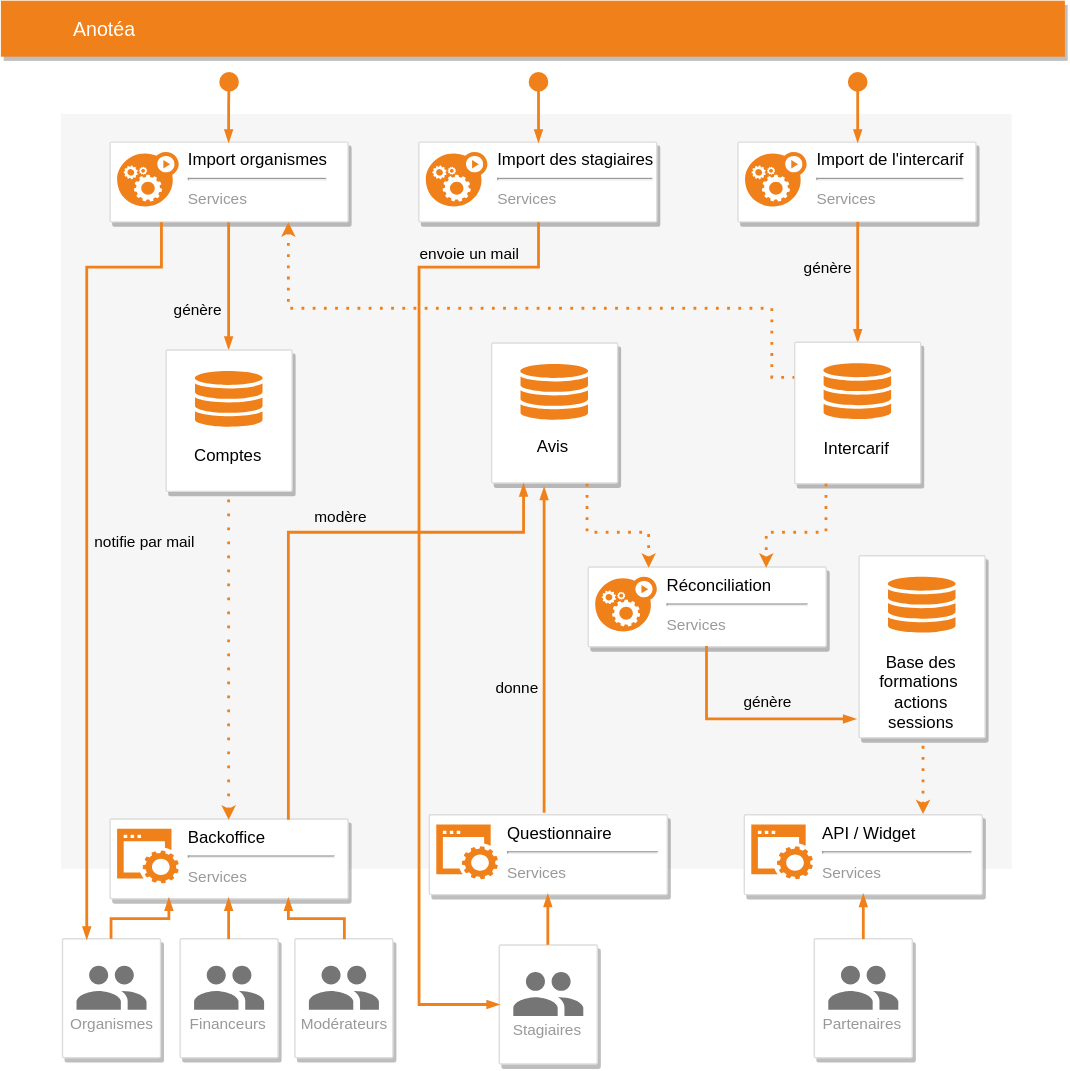
This is misc/doc/diagram/anotea-diagram.svg from StartupsPoleEmploi/anotea, a draw.io export, as it was before one commit. Source tidied: cells renumbered, new cells last; positions are measured from the earlier drawing's top-left corner, leaving out a move shared by most shapes.
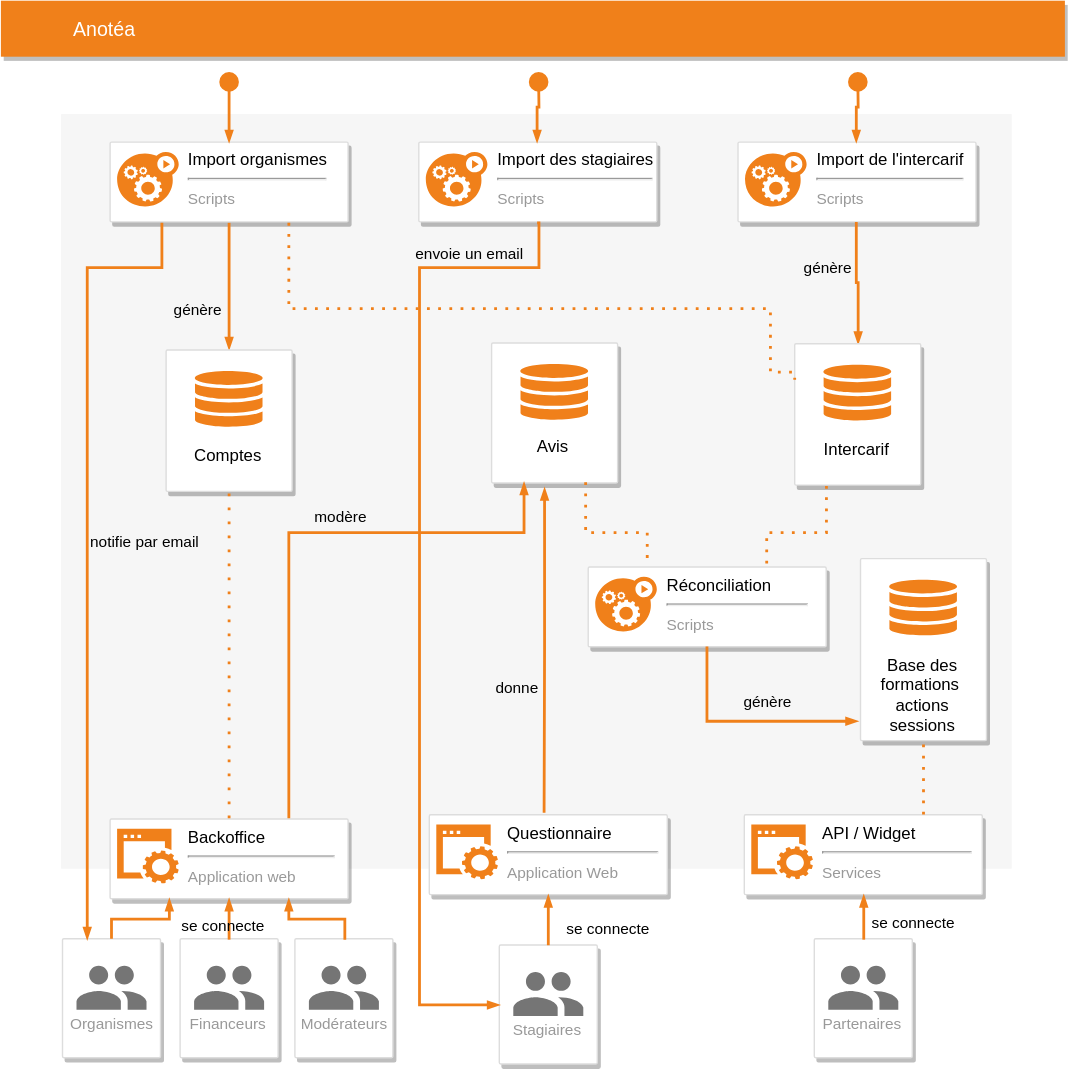
Later version of the same file.

The edit, as a diff of the source:
```diff
@@ -11,7 +11,7 @@
     <mxCell id="4" style="strokeColor=#dddddd;fillColor=#ffffff;shadow=1;strokeWidth=1;rounded=1;absoluteArcSize=1;arcSize=2;fontSize=11;fontColor=#9E9E9E;align=center;html=1;" parent="1" vertex="1">
       <mxGeometry x="526.5" y="101" width="170" height="57" as="geometry" />
     </mxCell>
-    <mxCell id="5" value="&lt;font color=&quot;#000000&quot;&gt;Import de l'intercarif&lt;/font&gt;&lt;br&gt;&lt;hr&gt;&lt;font style=&quot;font-size: 11px&quot;&gt;Services&lt;/font&gt;" style="dashed=0;html=1;fillColor=#F0801A;strokeColor=none;shape=mxgraph.gcp2.gear_load;labelPosition=right;verticalLabelPosition=middle;align=left;verticalAlign=top;spacingLeft=5;fontColor=#999999;fontSize=12;spacingTop=-8;" parent="4" vertex="1">
+    <mxCell id="5" value="&lt;font color=&quot;#000000&quot;&gt;Import de l'intercarif&lt;/font&gt;&lt;br&gt;&lt;hr&gt;&lt;font style=&quot;font-size: 11px&quot;&gt;Scripts&lt;/font&gt;" style="dashed=0;html=1;fillColor=#F0801A;strokeColor=none;shape=mxgraph.gcp2.gear_load;labelPosition=right;verticalLabelPosition=middle;align=left;verticalAlign=top;spacingLeft=5;fontColor=#999999;fontSize=12;spacingTop=-8;" parent="4" vertex="1">
       <mxGeometry width="44" height="39" relative="1" as="geometry">
         <mxPoint x="5" y="7" as="offset" />
       </mxGeometry>
@@ -19,7 +19,7 @@
     <mxCell id="6" style="strokeColor=#dddddd;fillColor=#ffffff;shadow=1;strokeWidth=1;rounded=1;absoluteArcSize=1;arcSize=2;fontSize=11;fontColor=#9E9E9E;align=center;html=1;" parent="1" vertex="1">
       <mxGeometry x="78" y="101" width="170" height="57" as="geometry" />
     </mxCell>
-    <mxCell id="7" value="&lt;font color=&quot;#000000&quot;&gt;Import organismes&lt;/font&gt;&lt;br&gt;&lt;hr&gt;&lt;font style=&quot;font-size: 11px&quot;&gt;Services&lt;/font&gt;" style="dashed=0;html=1;fillColor=#F0801A;strokeColor=none;shape=mxgraph.gcp2.gear_load;labelPosition=right;verticalLabelPosition=middle;align=left;verticalAlign=top;spacingLeft=5;fontColor=#999999;fontSize=12;spacingTop=-8;" parent="6" vertex="1">
+    <mxCell id="7" value="&lt;font color=&quot;#000000&quot;&gt;Import organismes&lt;/font&gt;&lt;br&gt;&lt;hr&gt;&lt;font style=&quot;font-size: 11px&quot;&gt;Scripts&lt;/font&gt;" style="dashed=0;html=1;fillColor=#F0801A;strokeColor=none;shape=mxgraph.gcp2.gear_load;labelPosition=right;verticalLabelPosition=middle;align=left;verticalAlign=top;spacingLeft=5;fontColor=#999999;fontSize=12;spacingTop=-8;" parent="6" vertex="1">
       <mxGeometry width="44" height="39" relative="1" as="geometry">
         <mxPoint x="5" y="7" as="offset" />
       </mxGeometry>
@@ -33,7 +33,7 @@
     <mxCell id="10" style="strokeColor=#dddddd;fillColor=#ffffff;shadow=1;strokeWidth=1;rounded=1;absoluteArcSize=1;arcSize=2;fontSize=11;fontColor=#9E9E9E;align=center;html=1;" parent="1" vertex="1">
       <mxGeometry x="298.5" y="101" width="170" height="57" as="geometry" />
     </mxCell>
-    <mxCell id="11" value="&lt;font color=&quot;#000000&quot;&gt;Import des stagiaires&lt;/font&gt;&lt;br&gt;&lt;hr&gt;&lt;font style=&quot;font-size: 11px&quot;&gt;Services&lt;/font&gt;" style="dashed=0;html=1;fillColor=#F0801A;strokeColor=none;shape=mxgraph.gcp2.gear_load;labelPosition=right;verticalLabelPosition=middle;align=left;verticalAlign=top;spacingLeft=5;fontColor=#999999;fontSize=12;spacingTop=-8;" parent="10" vertex="1">
+    <mxCell id="11" value="&lt;font color=&quot;#000000&quot;&gt;Import des stagiaires&lt;/font&gt;&lt;br&gt;&lt;hr&gt;&lt;font style=&quot;font-size: 11px&quot;&gt;Scripts&lt;/font&gt;" style="dashed=0;html=1;fillColor=#F0801A;strokeColor=none;shape=mxgraph.gcp2.gear_load;labelPosition=right;verticalLabelPosition=middle;align=left;verticalAlign=top;spacingLeft=5;fontColor=#999999;fontSize=12;spacingTop=-8;" parent="10" vertex="1">
       <mxGeometry width="44" height="39" relative="1" as="geometry">
         <mxPoint x="5" y="7" as="offset" />
       </mxGeometry>
@@ -41,7 +41,7 @@
     <mxCell id="12" style="strokeColor=#dddddd;fillColor=#ffffff;shadow=1;strokeWidth=1;rounded=1;absoluteArcSize=1;arcSize=2;fontSize=11;fontColor=#9E9E9E;align=center;html=1;" parent="1" vertex="1">
       <mxGeometry x="419.5" y="404.5" width="170" height="57" as="geometry" />
     </mxCell>
-    <mxCell id="13" value="&lt;font color=&quot;#000000&quot;&gt;Réconciliation&amp;nbsp; &amp;nbsp; &amp;nbsp; &amp;nbsp;&amp;nbsp;&lt;/font&gt;&lt;br&gt;&lt;hr&gt;&lt;font style=&quot;font-size: 11px&quot;&gt;Services&lt;/font&gt;" style="dashed=0;html=1;fillColor=#F0801A;strokeColor=none;shape=mxgraph.gcp2.gear_load;labelPosition=right;verticalLabelPosition=middle;align=left;verticalAlign=top;spacingLeft=5;fontColor=#999999;fontSize=12;spacingTop=-8;" parent="12" vertex="1">
+    <mxCell id="13" value="&lt;font color=&quot;#000000&quot;&gt;Réconciliation&amp;nbsp; &amp;nbsp; &amp;nbsp; &amp;nbsp;&amp;nbsp;&lt;/font&gt;&lt;br&gt;&lt;hr&gt;&lt;font style=&quot;font-size: 11px&quot;&gt;Scripts&lt;/font&gt;" style="dashed=0;html=1;fillColor=#F0801A;strokeColor=none;shape=mxgraph.gcp2.gear_load;labelPosition=right;verticalLabelPosition=middle;align=left;verticalAlign=top;spacingLeft=5;fontColor=#999999;fontSize=12;spacingTop=-8;" parent="12" vertex="1">
       <mxGeometry width="44" height="39" relative="1" as="geometry">
         <mxPoint x="5" y="7" as="offset" />
       </mxGeometry>
@@ -49,7 +49,7 @@
     <mxCell id="14" style="strokeColor=#dddddd;fillColor=#ffffff;shadow=1;strokeWidth=1;rounded=1;absoluteArcSize=1;arcSize=2;fontSize=11;fontColor=#9E9E9E;align=center;html=1;" parent="1" vertex="1">
       <mxGeometry x="306" y="581.5" width="170" height="57" as="geometry" />
     </mxCell>
-    <mxCell id="15" value="&lt;font color=&quot;#000000&quot;&gt;Questionnaire&amp;nbsp; &amp;nbsp; &amp;nbsp; &amp;nbsp; &amp;nbsp;&amp;nbsp;&lt;/font&gt;&lt;br&gt;&lt;hr&gt;&lt;font style=&quot;font-size: 11px&quot;&gt;Services&lt;/font&gt;" style="dashed=0;html=1;fillColor=#F0801A;strokeColor=none;shape=mxgraph.gcp2.website;labelPosition=right;verticalLabelPosition=middle;align=left;verticalAlign=top;spacingLeft=5;fontColor=#999999;fontSize=12;spacingTop=-8;" parent="14" vertex="1">
+    <mxCell id="15" value="&lt;font color=&quot;#000000&quot;&gt;Questionnaire&amp;nbsp; &amp;nbsp; &amp;nbsp; &amp;nbsp; &amp;nbsp;&amp;nbsp;&lt;/font&gt;&lt;br&gt;&lt;hr&gt;&lt;font style=&quot;font-size: 11px&quot;&gt;Application Web&lt;/font&gt;" style="dashed=0;html=1;fillColor=#F0801A;strokeColor=none;shape=mxgraph.gcp2.website;labelPosition=right;verticalLabelPosition=middle;align=left;verticalAlign=top;spacingLeft=5;fontColor=#999999;fontSize=12;spacingTop=-8;" parent="14" vertex="1">
       <mxGeometry width="44" height="39" relative="1" as="geometry">
         <mxPoint x="5" y="7" as="offset" />
       </mxGeometry>
@@ -71,7 +71,7 @@
       </mxGeometry>
     </mxCell>
     <mxCell id="20" value="Intercarif&#10;" style="strokeColor=#dddddd;fillColor=#ffffff;shadow=1;strokeWidth=1;rounded=1;absoluteArcSize=1;arcSize=2;labelPosition=center;verticalLabelPosition=middle;align=center;verticalAlign=bottom;spacingLeft=0;fontColor=#000000;fontSize=12;whiteSpace=wrap;spacingBottom=2;" parent="1" vertex="1">
-      <mxGeometry x="567" y="244" width="90" height="101" as="geometry" />
+      <mxGeometry x="567" y="245" width="90" height="101" as="geometry" />
     </mxCell>
     <mxCell id="21" style="dashed=0;html=1;fillColor=#F0801A;strokeColor=none;shape=mxgraph.gcp2.cloud_monitoring;" parent="20" vertex="1">
       <mxGeometry x="0.5" width="50" height="40" relative="1" as="geometry">
@@ -97,13 +97,13 @@
     <mxCell id="26" style="strokeColor=#dddddd;fillColor=#ffffff;shadow=1;strokeWidth=1;rounded=1;absoluteArcSize=1;arcSize=2;fontSize=11;fontColor=#9E9E9E;align=center;html=1;" parent="1" vertex="1">
       <mxGeometry x="78" y="584.5" width="170" height="57" as="geometry" />
     </mxCell>
-    <mxCell id="27" value="&lt;font color=&quot;#000000&quot;&gt;Backoffice&amp;nbsp; &amp;nbsp; &amp;nbsp; &amp;nbsp; &amp;nbsp; &amp;nbsp; &amp;nbsp; &amp;nbsp;&lt;/font&gt;&lt;br&gt;&lt;hr&gt;&lt;font style=&quot;font-size: 11px&quot;&gt;Services&lt;/font&gt;" style="dashed=0;html=1;fillColor=#F0801A;strokeColor=none;shape=mxgraph.gcp2.website;labelPosition=right;verticalLabelPosition=middle;align=left;verticalAlign=top;spacingLeft=5;fontColor=#999999;fontSize=12;spacingTop=-8;" parent="26" vertex="1">
+    <mxCell id="27" value="&lt;font color=&quot;#000000&quot;&gt;Backoffice&amp;nbsp; &amp;nbsp; &amp;nbsp; &amp;nbsp; &amp;nbsp; &amp;nbsp; &amp;nbsp; &amp;nbsp;&lt;/font&gt;&lt;br&gt;&lt;hr&gt;&lt;span style=&quot;font-size: 11px&quot;&gt;Application web&lt;/span&gt;" style="dashed=0;html=1;fillColor=#F0801A;strokeColor=none;shape=mxgraph.gcp2.website;labelPosition=right;verticalLabelPosition=middle;align=left;verticalAlign=top;spacingLeft=5;fontColor=#999999;fontSize=12;spacingTop=-8;" parent="26" vertex="1">
       <mxGeometry width="44" height="39" relative="1" as="geometry">
         <mxPoint x="5" y="7" as="offset" />
       </mxGeometry>
     </mxCell>
     <mxCell id="28" value="Base des formations  actions sessions" style="strokeColor=#dddddd;fillColor=#ffffff;shadow=1;strokeWidth=1;rounded=1;absoluteArcSize=1;arcSize=2;labelPosition=center;verticalLabelPosition=middle;align=center;verticalAlign=bottom;spacingLeft=0;fontColor=#000000;fontSize=12;whiteSpace=wrap;spacingBottom=2;" parent="1" vertex="1">
-      <mxGeometry x="613" y="396.5" width="90" height="130" as="geometry" />
+      <mxGeometry x="614" y="398.5" width="90" height="130" as="geometry" />
     </mxCell>
     <mxCell id="29" style="dashed=0;html=1;fillColor=#F0801A;strokeColor=none;shape=mxgraph.gcp2.cloud_monitoring;" parent="28" vertex="1">
       <mxGeometry x="0.5" width="50" height="40" relative="1" as="geometry">
@@ -120,7 +120,7 @@
         <mxPoint x="163" y="50" as="sourcePoint" />
       </mxGeometry>
     </mxCell>
-    <mxCell id="32" style="edgeStyle=orthogonalEdgeStyle;fontSize=12;html=1;endArrow=none;endFill=0;rounded=0;strokeWidth=2;endSize=4;startSize=4;dashed=1;dashPattern=1 4;strokeColor=#F0801A;entryX=0.5;entryY=1;entryDx=0;entryDy=0;exitX=0.5;exitY=0;exitDx=0;exitDy=0;startArrow=classic;startFill=1;" parent="1" edge="1" source="26" target="18">
+    <mxCell id="32" style="edgeStyle=orthogonalEdgeStyle;fontSize=12;html=1;endArrow=none;endFill=0;rounded=0;strokeWidth=2;endSize=4;startSize=4;dashed=1;dashPattern=1 4;strokeColor=#F0801A;entryX=0.5;entryY=1;entryDx=0;entryDy=0;exitX=0.5;exitY=0;exitDx=0;exitDy=0;startArrow=none;startFill=0;" parent="1" edge="1" source="26" target="18">
       <mxGeometry relative="1" as="geometry" />
     </mxCell>
     <mxCell id="33" style="edgeStyle=orthogonalEdgeStyle;fontSize=12;html=1;endArrow=blockThin;endFill=1;rounded=0;strokeWidth=2;endSize=4;startSize=4;dashed=0;strokeColor=#F0801A;startArrow=circle;startFill=1;entryX=0.5;entryY=0;entryDx=0;entryDy=0;fillColor=#f8cecc;" parent="1" edge="1" target="10">
@@ -144,7 +144,7 @@
         <mxPoint x="-25" y="19.2" as="offset" />
       </mxGeometry>
     </mxCell>
-    <mxCell id="38" style="edgeStyle=orthogonalEdgeStyle;fontSize=12;html=1;endArrow=classic;endFill=1;rounded=0;strokeWidth=2;endSize=4;startSize=4;dashed=1;dashPattern=1 3;strokeColor=#F0801A;exitX=0.75;exitY=1;exitDx=0;exitDy=0;entryX=0.25;entryY=0;entryDx=0;entryDy=0;" parent="1" edge="1" source="22" target="12">
+    <mxCell id="38" style="edgeStyle=orthogonalEdgeStyle;fontSize=12;html=1;endArrow=none;endFill=0;rounded=0;strokeWidth=2;endSize=4;startSize=4;dashed=1;dashPattern=1 3;strokeColor=#F0801A;exitX=0.75;exitY=1;exitDx=0;exitDy=0;entryX=0.25;entryY=0;entryDx=0;entryDy=0;startArrow=none;startFill=0;" parent="1" edge="1" source="22" target="12">
       <mxGeometry relative="1" as="geometry">
         <Array as="points">
           <mxPoint x="418" y="380" />
@@ -152,7 +152,7 @@
         </Array>
       </mxGeometry>
     </mxCell>
-    <mxCell id="39" style="edgeStyle=orthogonalEdgeStyle;fontSize=12;html=1;endArrow=classic;endFill=1;rounded=0;strokeWidth=2;endSize=4;startSize=4;dashed=1;dashPattern=1 3;strokeColor=#F0801A;exitX=0.25;exitY=1;exitDx=0;exitDy=0;entryX=0.75;entryY=0;entryDx=0;entryDy=0;" parent="1" edge="1" source="20" target="12">
+    <mxCell id="39" style="edgeStyle=orthogonalEdgeStyle;fontSize=12;html=1;endArrow=none;endFill=0;rounded=0;strokeWidth=2;endSize=4;startSize=4;dashed=1;dashPattern=1 3;strokeColor=#F0801A;exitX=0.25;exitY=1;exitDx=0;exitDy=0;entryX=0.75;entryY=0;entryDx=0;entryDy=0;startArrow=none;startFill=0;" parent="1" edge="1" source="20" target="12">
       <mxGeometry relative="1" as="geometry">
         <Array as="points">
           <mxPoint x="589" y="380" />
@@ -175,7 +175,7 @@
     <mxCell id="42" style="edgeStyle=orthogonalEdgeStyle;fontSize=12;html=1;endArrow=blockThin;endFill=1;rounded=0;strokeWidth=2;endSize=4;startSize=4;dashed=0;strokeColor=#F0801A;exitX=0.5;exitY=1;exitDx=0;exitDy=0;entryX=-0.019;entryY=0.896;entryDx=0;entryDy=0;entryPerimeter=0;" parent="1" edge="1" source="12" target="28">
       <mxGeometry relative="1" as="geometry" />
     </mxCell>
-    <mxCell id="43" style="edgeStyle=orthogonalEdgeStyle;fontSize=12;html=1;endArrow=none;endFill=0;rounded=0;strokeWidth=2;endSize=4;startSize=4;dashed=1;dashPattern=1 3;strokeColor=#F0801A;entryX=0.5;entryY=1;entryDx=0;entryDy=0;startArrow=classic;startFill=1;exitX=0.75;exitY=0;exitDx=0;exitDy=0;" parent="1" edge="1" source="24" target="28">
+    <mxCell id="43" style="edgeStyle=orthogonalEdgeStyle;fontSize=12;html=1;endArrow=none;endFill=0;rounded=0;strokeWidth=2;endSize=4;startSize=4;dashed=1;dashPattern=1 3;strokeColor=#F0801A;entryX=0.5;entryY=1;entryDx=0;entryDy=0;startArrow=none;startFill=0;exitX=0.75;exitY=0;exitDx=0;exitDy=0;" parent="1" edge="1" source="24" target="28">
       <mxGeometry relative="1" as="geometry" />
     </mxCell>
     <mxCell id="44" style="edgeStyle=orthogonalEdgeStyle;fontSize=12;html=1;endArrow=blockThin;endFill=1;rounded=0;strokeWidth=2;endSize=4;startSize=4;dashed=0;strokeColor=#F0801A;entryX=0.417;entryY=1.035;entryDx=0;entryDy=0;entryPerimeter=0;fillColor=#f8cecc;" parent="1" edge="1" target="22">
@@ -189,7 +189,7 @@
     <mxCell id="46" style="edgeStyle=orthogonalEdgeStyle;fontSize=12;html=1;endArrow=blockThin;endFill=1;rounded=0;strokeWidth=2;endSize=4;startSize=4;dashed=0;strokeColor=#F0801A;entryX=0.5;entryY=1;entryDx=0;entryDy=0;exitX=0.5;exitY=0;exitDx=0;exitDy=0;" parent="1" edge="1" source="34" target="24">
       <mxGeometry relative="1" as="geometry" />
     </mxCell>
-    <mxCell id="47" style="edgeStyle=orthogonalEdgeStyle;fontSize=12;html=1;endArrow=none;endFill=0;rounded=0;strokeWidth=2;endSize=4;startSize=4;dashed=1;dashPattern=1 3;strokeColor=#F0801A;exitX=0.75;exitY=1;exitDx=0;exitDy=0;entryX=0;entryY=0.25;entryDx=0;entryDy=0;startArrow=classic;startFill=1;" parent="1" edge="1" source="6" target="20">
+    <mxCell id="47" style="edgeStyle=orthogonalEdgeStyle;fontSize=12;html=1;endArrow=none;endFill=0;rounded=0;strokeWidth=2;endSize=4;startSize=4;dashed=1;dashPattern=1 3;strokeColor=#F0801A;exitX=0.75;exitY=1;exitDx=0;exitDy=0;entryX=0;entryY=0.25;entryDx=0;entryDy=0;startArrow=none;startFill=0;" parent="1" edge="1" source="6" target="20">
       <mxGeometry relative="1" as="geometry">
         <Array as="points">
           <mxPoint x="206" y="220" />
@@ -257,5 +257,14 @@
     <mxCell id="62" value="modère&lt;br&gt;" style="text;html=1;strokeColor=none;fillColor=none;align=center;verticalAlign=middle;whiteSpace=wrap;rounded=0;fontSize=11;" parent="1" vertex="1">
       <mxGeometry x="198" y="358.5" width="90" height="20" as="geometry" />
     </mxCell>
+    <mxCell id="63" value="se connecte" style="text;html=1;strokeColor=none;fillColor=none;align=center;verticalAlign=middle;whiteSpace=wrap;rounded=0;fontSize=11;" parent="1" vertex="1">
+      <mxGeometry x="114" y="650" width="90" height="20" as="geometry" />
+    </mxCell>
+    <mxCell id="64" value="se connecte" style="text;html=1;strokeColor=none;fillColor=none;align=center;verticalAlign=middle;whiteSpace=wrap;rounded=0;fontSize=11;" parent="1" vertex="1">
+      <mxGeometry x="607" y="648" width="90" height="20" as="geometry" />
+    </mxCell>
+    <mxCell id="65" value="se connecte" style="text;html=1;strokeColor=none;fillColor=none;align=center;verticalAlign=middle;whiteSpace=wrap;rounded=0;fontSize=11;" parent="1" vertex="1">
+      <mxGeometry x="388.5" y="652.5" width="90" height="20" as="geometry" />
+    </mxCell>
   </root>
 </mxGraphModel>
```
